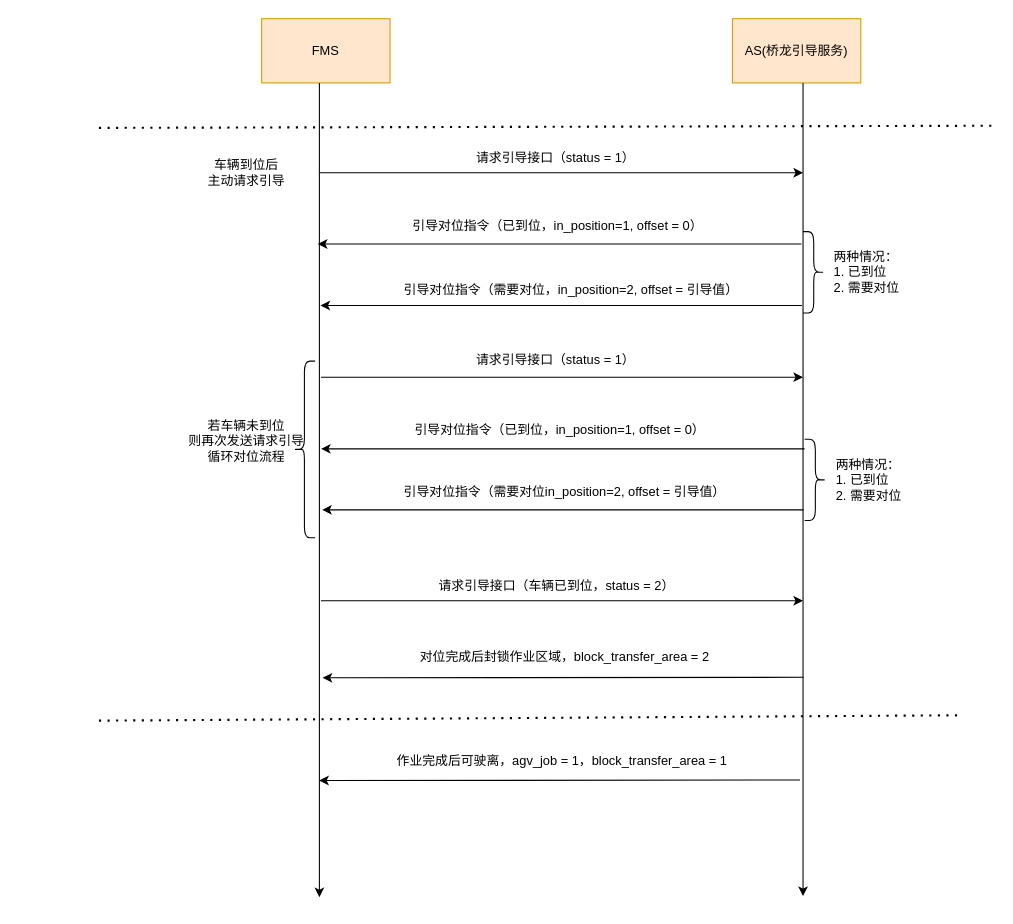
Above: 轨道吊引导时序图.drawio in duanduanhh/CS (draw.io), before the change. Source tidied: cells renumbered, new cells numbered last; positions are measured from the earlier drawing's top-left corner, leaving out a move shared by most shapes. Both pictures are drawn from the tidied source at 107%, with x=0, y=0 at pixel (98, 18).
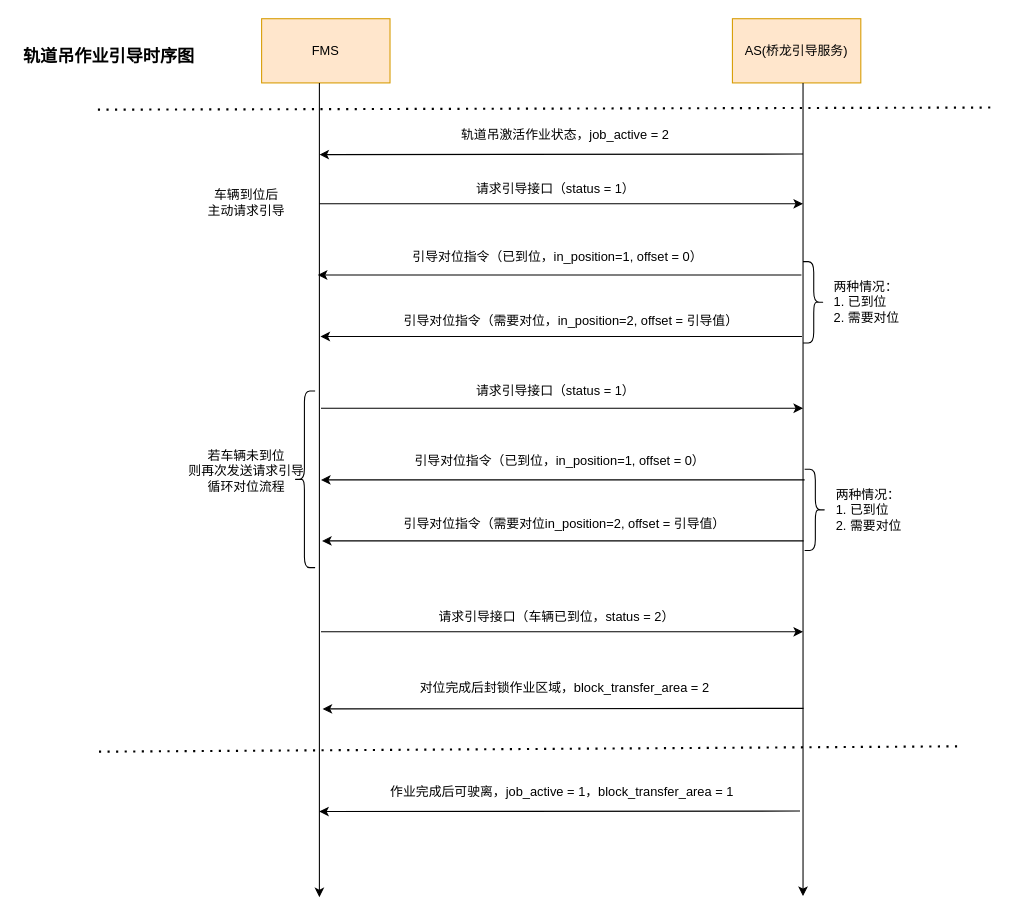
Above is the later version.

Commit message:
更新轨道吊引导时序图.drawio

Change to the diagram source:
```diff
@@
     <mxCell id="6" style="endArrow=classic;html=1;rounded=0;" parent="1" edge="1">
       <mxGeometry relative="1" as="geometry">
-        <mxPoint x="206" y="144" as="sourcePoint" />
-        <mxPoint x="658" y="144" as="targetPoint" />
+        <mxPoint x="206" y="173" as="sourcePoint" />
+        <mxPoint x="658" y="173" as="targetPoint" />
       </mxGeometry>
     </mxCell>
     <mxCell id="7" value="车辆到位后&lt;br&gt;主动请求引导" style="text;strokeColor=none;align=center;fillColor=none;html=1;verticalAlign=middle;whiteSpace=wrap;rounded=0;" parent="1" vertex="1">
-      <mxGeometry x="63" y="134" width="150" height="20" as="geometry" />
+      <mxGeometry x="63" y="162" width="150" height="20" as="geometry" />
     </mxCell>
     <mxCell id="8" value="请求引导接口（status = 1）" style="text;strokeColor=none;align=center;fillColor=none;html=1;verticalAlign=middle;whiteSpace=wrap;rounded=0;" parent="1" vertex="1">
-      <mxGeometry x="260.5" y="120" width="331.5" height="20" as="geometry" />
+      <mxGeometry x="260.5" y="149" width="331.5" height="20" as="geometry" />
     </mxCell>
     <mxCell id="9" style="endArrow=classic;html=1;rounded=0;" parent="1" edge="1">
       <mxGeometry relative="1" as="geometry">
-        <mxPoint x="656.5" y="210.5" as="sourcePoint" />
-        <mxPoint x="204.5" y="210.5" as="targetPoint" />
+        <mxPoint x="656.5" y="239.5" as="sourcePoint" />
+        <mxPoint x="204.5" y="239.5" as="targetPoint" />
       </mxGeometry>
     </mxCell>
     <mxCell id="10" value="引导对位指令（已到位，in_position=1, offset = 0）" style="text;strokeColor=none;align=center;fillColor=none;html=1;verticalAlign=middle;whiteSpace=wrap;rounded=0;" parent="1" vertex="1">
-      <mxGeometry x="226" y="184" width="406" height="20" as="geometry" />
+      <mxGeometry x="226" y="213" width="406" height="20" as="geometry" />
     </mxCell>
     <mxCell id="11" style="endArrow=classic;html=1;rounded=0;" parent="1" edge="1">
       <mxGeometry relative="1" as="geometry">
-        <mxPoint x="657" y="268" as="sourcePoint" />
-        <mxPoint x="207" y="268" as="targetPoint" />
+        <mxPoint x="657" y="297" as="sourcePoint" />
+        <mxPoint x="207" y="297" as="targetPoint" />
       </mxGeometry>
     </mxCell>
     <mxCell id="12" value="引导对位指令（需要对位，in_position=2, offset = 引导值）" style="text;strokeColor=none;align=center;fillColor=none;html=1;verticalAlign=middle;whiteSpace=wrap;rounded=0;" parent="1" vertex="1">
-      <mxGeometry x="217" y="243.5" width="449" height="20" as="geometry" />
+      <mxGeometry x="217" y="272.5" width="449" height="20" as="geometry" />
     </mxCell>
     <mxCell id="13" style="shape=curlyBracket;whiteSpace=wrap;html=1;rounded=1;flipH=1;labelPosition=right;verticalLabelPosition=middle;align=left;verticalAlign=middle;" parent="1" vertex="1">
-      <mxGeometry x="658" y="199" width="20" height="76" as="geometry" />
+      <mxGeometry x="658" y="227" width="20" height="76" as="geometry" />
     </mxCell>
     <mxCell id="14" value="两种情况：&lt;br&gt;1. 已到位&lt;br&gt;2. 需要对位" style="text;strokeColor=none;align=left;fillColor=none;html=1;verticalAlign=middle;whiteSpace=wrap;rounded=0;" parent="1" vertex="1">
-      <mxGeometry x="685" y="210.5" width="109" height="53" as="geometry" />
+      <mxGeometry x="685" y="238.5" width="109" height="53" as="geometry" />
     </mxCell>
     <mxCell id="15" style="endArrow=classic;html=1;rounded=0;" parent="1" edge="1">
       <mxGeometry relative="1" as="geometry">
-        <mxPoint x="207.5" y="335" as="sourcePoint" />
-        <mxPoint x="658" y="335" as="targetPoint" />
+        <mxPoint x="207.5" y="364" as="sourcePoint" />
+        <mxPoint x="658" y="364" as="targetPoint" />
       </mxGeometry>
     </mxCell>
     <mxCell id="16" style="endArrow=classic;html=1;rounded=0;" parent="1" edge="1">
       <mxGeometry relative="1" as="geometry">
-        <mxPoint x="659.5" y="402" as="sourcePoint" />
-        <mxPoint x="207.5" y="402" as="targetPoint" />
+        <mxPoint x="659.5" y="431" as="sourcePoint" />
+        <mxPoint x="207.5" y="431" as="targetPoint" />
       </mxGeometry>
     </mxCell>
     <mxCell id="17" value="引导对位指令（已到位，in_position=1, offset = 0）" style="text;strokeColor=none;align=center;fillColor=none;html=1;verticalAlign=middle;whiteSpace=wrap;rounded=0;" parent="1" vertex="1">
-      <mxGeometry x="227.5" y="375" width="406" height="20" as="geometry" />
+      <mxGeometry x="227.5" y="404" width="406" height="20" as="geometry" />
     </mxCell>
     <mxCell id="18" style="endArrow=classic;html=1;rounded=0;" parent="1" edge="1">
       <mxGeometry relative="1" as="geometry">
-        <mxPoint x="658.5" y="459" as="sourcePoint" />
-        <mxPoint x="208.5" y="459" as="targetPoint" />
+        <mxPoint x="658.5" y="488" as="sourcePoint" />
+        <mxPoint x="208.5" y="488" as="targetPoint" />
       </mxGeometry>
     </mxCell>
     <mxCell id="19" value="引导对位指令（需要对位in_position=2, offset = 引导值）" style="text;strokeColor=none;align=center;fillColor=none;html=1;verticalAlign=middle;whiteSpace=wrap;rounded=0;" parent="1" vertex="1">
-      <mxGeometry x="210.5" y="433" width="449" height="20" as="geometry" />
+      <mxGeometry x="210.5" y="462" width="449" height="20" as="geometry" />
     </mxCell>
     <mxCell id="20" style="shape=curlyBracket;whiteSpace=wrap;html=1;rounded=1;labelPosition=left;verticalLabelPosition=middle;align=right;verticalAlign=middle;" parent="1" vertex="1">
-      <mxGeometry x="182" y="320" width="20" height="165" as="geometry" />
+      <mxGeometry x="182" y="348" width="20" height="165" as="geometry" />
     </mxCell>
     <mxCell id="21" style="shape=curlyBracket;whiteSpace=wrap;html=1;rounded=1;flipH=1;labelPosition=right;verticalLabelPosition=middle;align=left;verticalAlign=middle;" parent="1" vertex="1">
-      <mxGeometry x="659.5" y="393" width="20" height="76" as="geometry" />
+      <mxGeometry x="659.5" y="421" width="20" height="76" as="geometry" />
     </mxCell>
     <mxCell id="22" value="两种情况：&lt;br&gt;1. 已到位&lt;br&gt;2. 需要对位" style="text;strokeColor=none;align=left;fillColor=none;html=1;verticalAlign=middle;whiteSpace=wrap;rounded=0;" parent="1" vertex="1">
-      <mxGeometry x="686.5" y="404.5" width="109" height="53" as="geometry" />
+      <mxGeometry x="686.5" y="432.5" width="109" height="53" as="geometry" />
     </mxCell>
     <mxCell id="23" value="若车辆未到位&lt;br&gt;则再次发送请求引导&lt;br&gt;循环对位流程" style="text;strokeColor=none;align=center;fillColor=none;html=1;verticalAlign=middle;whiteSpace=wrap;rounded=0;" parent="1" vertex="1">
-      <mxGeometry x="63" y="384.5" width="150" height="20" as="geometry" />
+      <mxGeometry x="63" y="412.5" width="150" height="20" as="geometry" />
     </mxCell>
     <mxCell id="24" style="endArrow=classic;html=1;rounded=0;" parent="1" edge="1">
       <mxGeometry relative="1" as="geometry">
-        <mxPoint x="207.5" y="544" as="sourcePoint" />
-        <mxPoint x="658" y="544" as="targetPoint" />
+        <mxPoint x="207.5" y="573" as="sourcePoint" />
+        <mxPoint x="658" y="573" as="targetPoint" />
       </mxGeometry>
     </mxCell>
     <mxCell id="25" value="请求引导接口（车辆已到位，status = 2）" style="text;strokeColor=none;align=center;fillColor=none;html=1;verticalAlign=middle;whiteSpace=wrap;rounded=0;" parent="1" vertex="1">
-      <mxGeometry x="262" y="520" width="331.5" height="20" as="geometry" />
+      <mxGeometry x="262" y="549" width="331.5" height="20" as="geometry" />
     </mxCell>
     <mxCell id="26" value="对位完成后封锁作业区域，block_transfer_area = 2" style="text;strokeColor=none;align=center;fillColor=none;html=1;verticalAlign=middle;whiteSpace=wrap;rounded=0;" parent="1" vertex="1">
-      <mxGeometry x="297.5" y="587" width="275" height="20" as="geometry" />
+      <mxGeometry x="297.5" y="616" width="275" height="20" as="geometry" />
     </mxCell>
     <mxCell id="27" style="endArrow=none;dashed=1;html=1;dashPattern=1 3;strokeWidth=2;rounded=0;" parent="1" edge="1">
       <mxGeometry relative="1" as="geometry">
-        <mxPoint y="102" as="sourcePoint" />
-        <mxPoint x="836" y="100" as="targetPoint" />
+        <mxPoint x="-1" y="85" as="sourcePoint" />
+        <mxPoint x="835" y="83" as="targetPoint" />
       </mxGeometry>
     </mxCell>
     <mxCell id="28" style="endArrow=none;dashed=1;html=1;dashPattern=1 3;strokeWidth=2;rounded=0;" parent="1" edge="1">
       <mxGeometry relative="1" as="geometry">
-        <mxPoint y="656" as="sourcePoint" />
-        <mxPoint x="804" y="651" as="targetPoint" />
+        <mxPoint y="685" as="sourcePoint" />
+        <mxPoint x="804" y="680" as="targetPoint" />
       </mxGeometry>
     </mxCell>
     <mxCell id="29" style="endArrow=classic;html=1;rounded=0;" parent="1" edge="1">
       <mxGeometry relative="1" as="geometry">
-        <mxPoint x="658.5" y="615.5" as="sourcePoint" />
-        <mxPoint x="209" y="616" as="targetPoint" />
+        <mxPoint x="658.5" y="644.5" as="sourcePoint" />
+        <mxPoint x="209" y="645" as="targetPoint" />
       </mxGeometry>
     </mxCell>
-    <mxCell id="30" value="作业完成后可驶离，agv_job = 1，block_transfer_area = 1" style="text;strokeColor=none;align=center;fillColor=none;html=1;verticalAlign=middle;whiteSpace=wrap;rounded=0;" parent="1" vertex="1">
-      <mxGeometry x="264.4" y="684" width="338.2" height="20" as="geometry" />
+    <mxCell id="30" value="作业完成后可驶离，job_active = 1，block_transfer_area = 1" style="text;strokeColor=none;align=center;fillColor=none;html=1;verticalAlign=middle;whiteSpace=wrap;rounded=0;" parent="1" vertex="1">
+      <mxGeometry x="264.4" y="713" width="338.2" height="20" as="geometry" />
     </mxCell>
     <mxCell id="31" style="endArrow=classic;html=1;rounded=0;" parent="1" edge="1">
       <mxGeometry relative="1" as="geometry">
-        <mxPoint x="655.2" y="711.5" as="sourcePoint" />
-        <mxPoint x="205.8" y="712" as="targetPoint" />
+        <mxPoint x="655.2" y="740.5" as="sourcePoint" />
+        <mxPoint x="205.8" y="741" as="targetPoint" />
       </mxGeometry>
     </mxCell>
     <mxCell id="32" value="请求引导接口（status = 1）" style="text;strokeColor=none;align=center;fillColor=none;html=1;verticalAlign=middle;whiteSpace=wrap;rounded=0;" parent="1" vertex="1">
-      <mxGeometry x="260.5" y="309" width="331.5" height="20" as="geometry" />
+      <mxGeometry x="260.5" y="338" width="331.5" height="20" as="geometry" />
     </mxCell>
+    <mxCell id="33" value="轨道吊激活作业状态，job_active = 2" style="text;strokeColor=none;align=center;fillColor=none;html=1;verticalAlign=middle;whiteSpace=wrap;rounded=0;" parent="1" vertex="1">
+      <mxGeometry x="267.1" y="99" width="338.2" height="20" as="geometry" />
+    </mxCell>
+    <mxCell id="34" style="endArrow=classic;html=1;rounded=0;" parent="1" edge="1">
+      <mxGeometry relative="1" as="geometry">
+        <mxPoint x="658" y="126.5" as="sourcePoint" />
+        <mxPoint x="206" y="127" as="targetPoint" />
+      </mxGeometry>
+    </mxCell>
+    <mxCell id="35" value="&lt;b&gt;&lt;font style=&quot;font-size: 16px;&quot;&gt;轨道吊作业引导时序图&lt;/font&gt;&lt;/b&gt;" style="text;strokeColor=none;align=center;fillColor=none;html=1;verticalAlign=middle;whiteSpace=wrap;rounded=0;" parent="1" vertex="1">
+      <mxGeometry x="-75" y="25" width="169" height="20" as="geometry" />
+    </mxCell>
```
